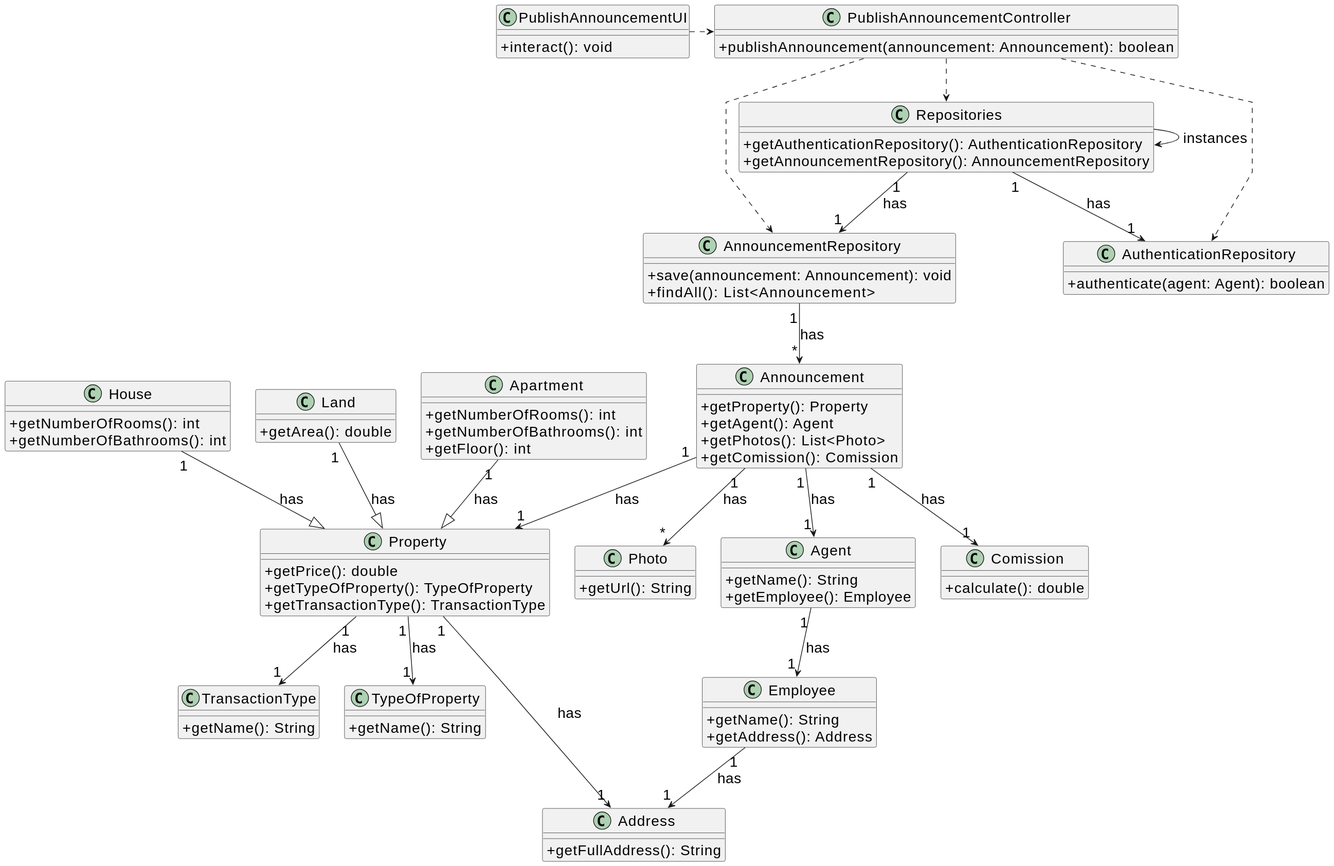
The PlantUML diagram docs/sprintB/us002/03.design/svg/us002-class-diagram.svg in Goncalves2525/real-estate-management-system, before a commit.
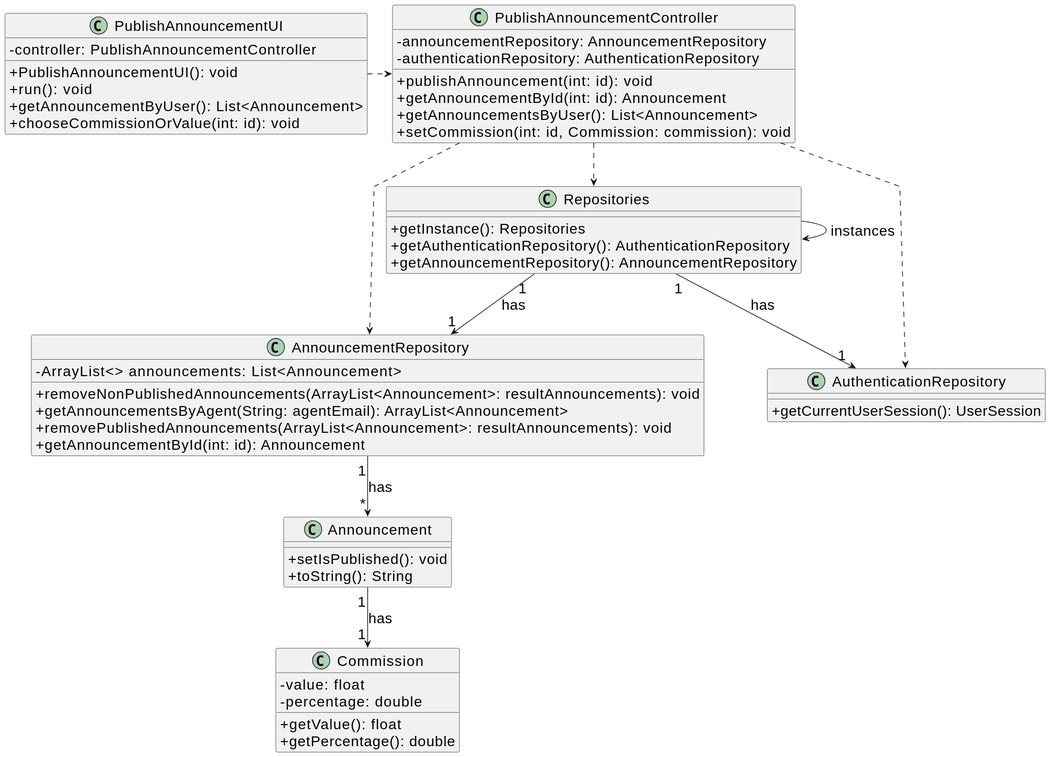
The same file after the commit.

Change to the diagram source:
```diff
@@ -8,104 +8,37 @@
 
 skinparam classAttributeIconSize 0
 
+class Announcement {
+    +setIsPublished(): void
+    +toString(): String
+}
 
-
-class Address {
- +getFullAddress(): String
+class Commission {
+ -value: float
+ -percentage: double
+ +getValue(): float
+ +getPercentage(): double
 }
 
 
-
-class Property {
- +getPrice(): double
- +getTypeOfProperty(): TypeOfProperty
- +getTransactionType(): TransactionType
-}
-
-
-
-class Agent {
- +getName(): String
- +getEmployee(): Employee
-}
-
-
-
-class Employee {
- +getName(): String
- +getAddress(): Address
-}
-
-
-
-class House {
- +getNumberOfRooms(): int
- +getNumberOfBathrooms(): int
-}
-
-
-
-class Land {
- +getArea(): double
-}
-
-
-
-class Apartment {
- +getNumberOfRooms(): int
- +getNumberOfBathrooms(): int
- +getFloor(): int
-}
-
-
-
-class Comission {
- +calculate(): double
-}
-
-
-
-class TransactionType {
- +getName(): String
-}
-
-
-
-class TypeOfProperty {
- +getName(): String
-}
-
-
-
-class Photo {
- +getUrl(): String
-}
-
-
-
-class Announcement {
- +getProperty(): Property
- +getAgent(): Agent
- +getPhotos(): List<Photo>
- +getComission(): Comission
-}
-
-
-
 class AnnouncementRepository {
- +save(announcement: Announcement): void
- +findAll(): List<Announcement>
+ -ArrayList<> announcements: List<Announcement>
+ +removeNonPublishedAnnouncements(ArrayList<Announcement>: resultAnnouncements): void
+ +getAnnouncementsByAgent(String: agentEmail): ArrayList<Announcement>
+ +removePublishedAnnouncements(ArrayList<Announcement>: resultAnnouncements): void
+ +getAnnouncementById(int: id): Announcement
 }
 
 
 
 class AuthenticationRepository{
- +authenticate(agent: Agent): boolean
+ +getCurrentUserSession(): UserSession
 }
 
 
 
 class Repositories {
+ +getInstance(): Repositories
  +getAuthenticationRepository(): AuthenticationRepository
  +getAnnouncementRepository(): AnnouncementRepository
 }
@@ -113,71 +46,31 @@
 
 
 class PublishAnnouncementController {
- +publishAnnouncement(announcement: Announcement): boolean
+ -announcementRepository: AnnouncementRepository
+ -authenticationRepository: AuthenticationRepository
+ +publishAnnouncement(int: id): void
+ +getAnnouncementById(int: id): Announcement
+ +getAnnouncementsByUser(): List<Announcement>
+ +setCommission(int: id, Commission: commission): void
 }
 
 
 
 class PublishAnnouncementUI {
- +interact(): void
+ -controller: PublishAnnouncementController
+ +PublishAnnouncementUI(): void
+ +run(): void
+ +getAnnouncementByUser(): List<Announcement>
+ +chooseCommissionOrValue(int: id): void
 }
 
-
-
 Repositories -> Repositories : instances
-
-
-
 PublishAnnouncementUI .> PublishAnnouncementController
-
-
-
 PublishAnnouncementController ..> Repositories
-
-
-
 Repositories "1" --> "1" AuthenticationRepository : has
 Repositories "1" --> "1" AnnouncementRepository : has
-
-
-
 PublishAnnouncementController ..> AnnouncementRepository
 PublishAnnouncementController ..> AuthenticationRepository
-
-
-
 AnnouncementRepository "1" --> "*" Announcement : has
-
-
-
-Announcement "1" --> "1" Property : has
-Announcement "1" --> "1" Comission : has
-Announcement "1" --> "1" Agent : has
-Announcement "1" --> "*" Photo : has
-
-
-
-Property "1" --> "1" Address : has
-Property "1" --> "1" TransactionType : has
-Property "1" --> "1" TypeOfProperty : has
-
-
-
-Employee "1" --> "1" Address : has
-
-
-
-Agent "1" --> "1" Employee : has
-
-
-
-House "1" --|> Property : has
-
-
-
-Land "1" --|> Property : has
-
-
-
-Apartment "1" --|> Property : has
+Announcement "1" --> "1" Commission : has
 @enduml
```
